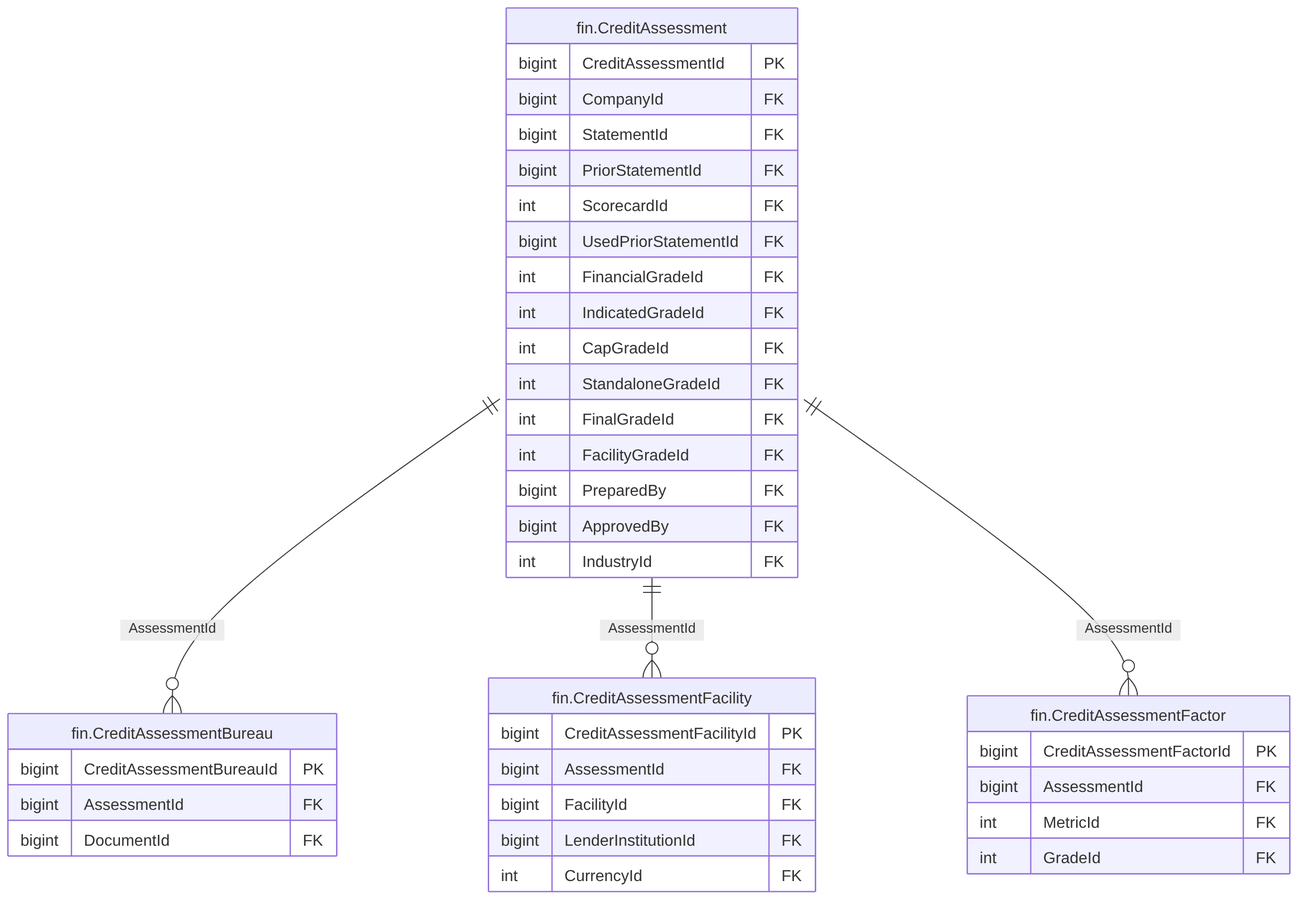
Earlier version of the Mermaid export treasury-platform/docs/diagrams/erd/m5_financials_2.png (thawrasy/smartlines). Its source is kept beside it as treasury-platform/docs/diagrams/erd/m5_financials_2.mmd.
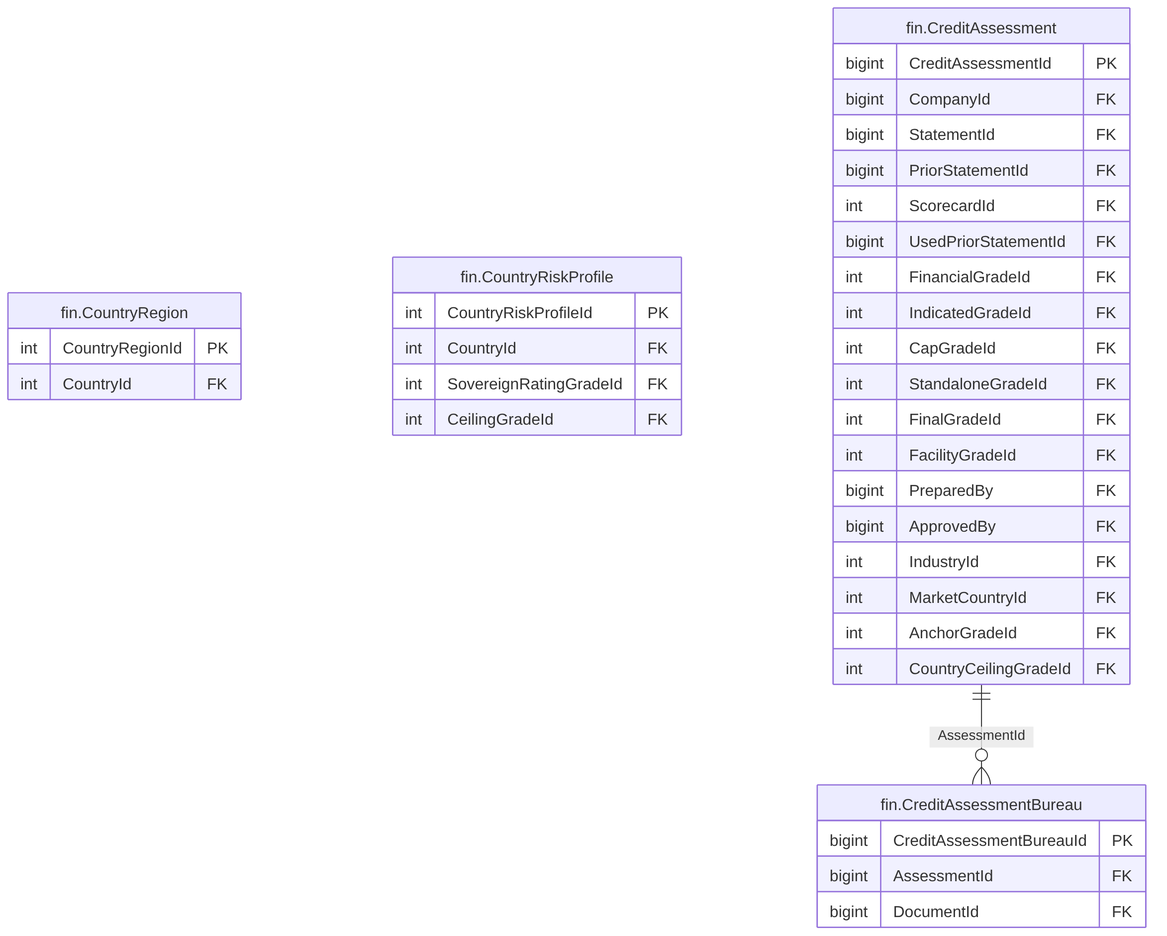
Later version of the same file.

Change to the diagram source:
```diff
@@ -1,4 +1,14 @@
 erDiagram
+  fin_CountryRegion["fin.CountryRegion"] {
+    int CountryRegionId PK
+    int CountryId FK
+  }
+  fin_CountryRiskProfile["fin.CountryRiskProfile"] {
+    int CountryRiskProfileId PK
+    int CountryId FK
+    int SovereignRatingGradeId FK
+    int CeilingGradeId FK
+  }
   fin_CreditAssessment["fin.CreditAssessment"] {
     bigint CreditAssessmentId PK
     bigint CompanyId FK
@@ -15,25 +25,13 @@
     bigint PreparedBy FK
     bigint ApprovedBy FK
     int IndustryId FK
+    int MarketCountryId FK
+    int AnchorGradeId FK
+    int CountryCeilingGradeId FK
   }
   fin_CreditAssessmentBureau["fin.CreditAssessmentBureau"] {
     bigint CreditAssessmentBureauId PK
     bigint AssessmentId FK
     bigint DocumentId FK
   }
-  fin_CreditAssessmentFacility["fin.CreditAssessmentFacility"] {
-    bigint CreditAssessmentFacilityId PK
-    bigint AssessmentId FK
-    bigint FacilityId FK
-    bigint LenderInstitutionId FK
-    int CurrencyId FK
-  }
-  fin_CreditAssessmentFactor["fin.CreditAssessmentFactor"] {
-    bigint CreditAssessmentFactorId PK
-    bigint AssessmentId FK
-    int MetricId FK
-    int GradeId FK
-  }
   fin_CreditAssessment ||--o{ fin_CreditAssessmentBureau : "AssessmentId"
-  fin_CreditAssessment ||--o{ fin_CreditAssessmentFacility : "AssessmentId"
-  fin_CreditAssessment ||--o{ fin_CreditAssessmentFactor : "AssessmentId"
```
